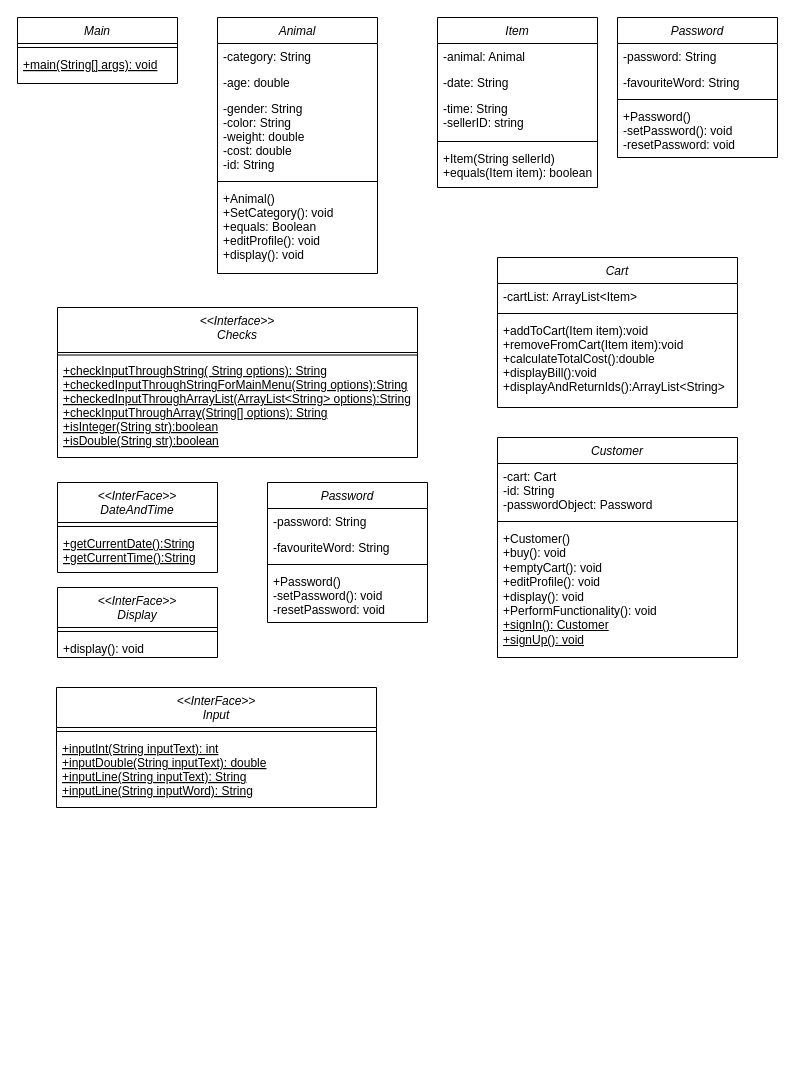
Before: Diagram/ Analys_reflektion.drawio in GitoPot/Analys_reflektion, a draw.io diagram. Source tidied: cells renumbered, new cells numbered last; positions are measured from the earlier drawing's top-left corner, leaving out a move shared by most shapes. Both pictures are drawn from the tidied source at 100%, with x=0, y=0 at pixel (17, 17).
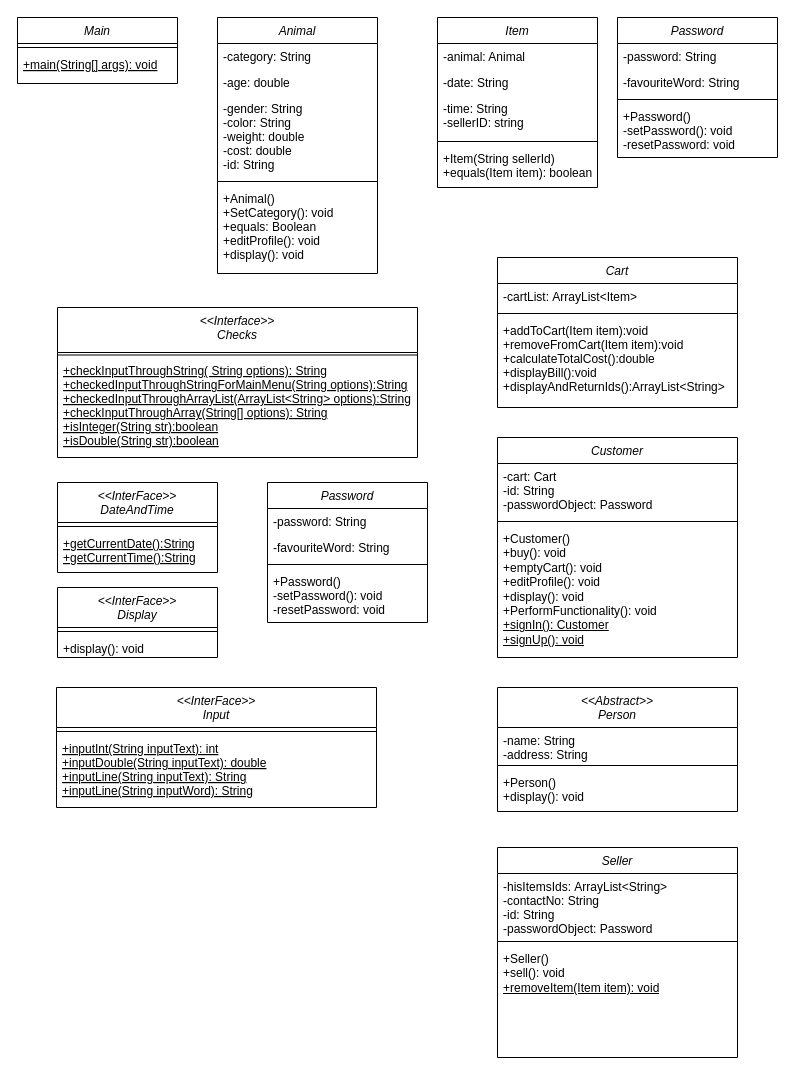
The same diagram, later.

The edit, as a diff of the source:
```diff
@@
+    <mxCell id="47" value="&lt;&lt;Abstract&gt;&gt;&#10;Person" style="swimlane;fontStyle=2;align=center;verticalAlign=top;horizontal=1;startSize=40;rounded=0;shadow=0;strokeWidth=1;" parent="1" vertex="1">
+      <mxGeometry x="480" y="670" width="240" height="124" as="geometry" />
+    </mxCell>
+    <mxCell id="48" value="-name: String&#10;-address: String&#10;" style="text;align=left;verticalAlign=top;spacingLeft=4;spacingRight=4;overflow=hidden;" parent="47" vertex="1">
+      <mxGeometry y="40" width="240" height="34" as="geometry" />
+    </mxCell>
+    <mxCell id="49" style="line;html=1;strokeWidth=1;align=left;verticalAlign=middle;spacingTop=-1;spacingLeft=3;spacingRight=3;labelPosition=right;" parent="47" vertex="1">
+      <mxGeometry y="74" width="240" height="8" as="geometry" />
+    </mxCell>
+    <mxCell id="50" value="+Person()&lt;br&gt;+display(): void" style="text;align=left;verticalAlign=top;spacingLeft=4;spacingRight=4;overflow=hidden;html=1;" parent="47" vertex="1">
+      <mxGeometry y="82" width="240" height="42" as="geometry" />
+    </mxCell>
@@
+    <mxCell id="51" value="Seller" style="swimlane;fontStyle=2;align=center;verticalAlign=top;horizontal=1;startSize=26;rounded=0;shadow=0;strokeWidth=1;" parent="1" vertex="1">
+      <mxGeometry x="480" y="830" width="240" height="210" as="geometry" />
+    </mxCell>
+    <mxCell id="52" value="-hisItemsIds: ArrayList&lt;String&gt;&#10;-contactNo: String&#10;-id: String&#10;-passwordObject: Password" style="text;align=left;verticalAlign=top;spacingLeft=4;spacingRight=4;overflow=hidden;" parent="51" vertex="1">
+      <mxGeometry y="26" width="240" height="64" as="geometry" />
+    </mxCell>
+    <mxCell id="53" style="line;html=1;strokeWidth=1;align=left;verticalAlign=middle;spacingTop=-1;spacingLeft=3;spacingRight=3;labelPosition=right;" parent="51" vertex="1">
+      <mxGeometry y="90" width="240" height="8" as="geometry" />
+    </mxCell>
+    <mxCell id="54" value="+Seller()&lt;br&gt;+sell(): void&lt;br&gt;&lt;u&gt;+removeItem(Item item): void&lt;/u&gt;" style="text;align=left;verticalAlign=top;spacingLeft=4;spacingRight=4;overflow=hidden;html=1;" parent="51" vertex="1">
+      <mxGeometry y="98" width="240" height="112" as="geometry" />
+    </mxCell>
```
